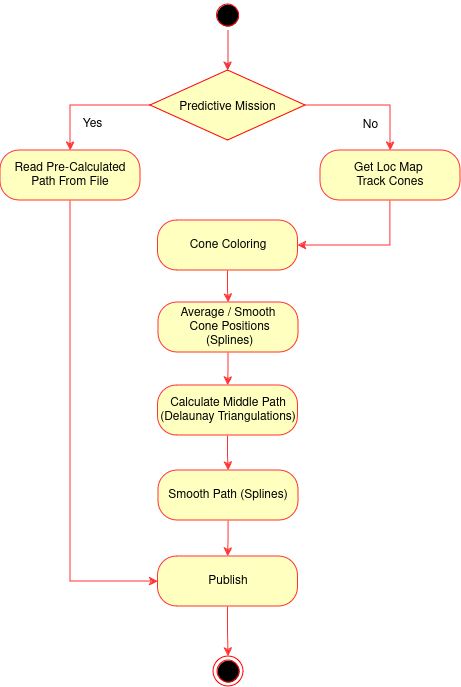
Earlier version of the draw.io export docs/diagrams/planning/ActivityPlanning.drawio.png (fs-feup/autonomous-systems). Source tidied: cells renumbered, new cells last; positions are measured from the earlier drawing's top-left corner, leaving out a move shared by most shapes. Source of this version:
```xml
<mxGraphModel>
  <root>
    <mxCell id="0" />
    <mxCell id="1" parent="0" />
    <mxCell id="2" style="edgeStyle=orthogonalEdgeStyle;rounded=0;jettySize=auto;html=1;strokeColor=#ed333b;entryX=0.5;entryY=0;entryDx=0;entryDy=0;" parent="1" edge="1" source="3" target="6">
      <mxGeometry relative="1" as="geometry" />
    </mxCell>
    <mxCell id="3" style="ellipse;shape=startState;fillColor=#000000;strokeColor=#ff0000;" parent="1" vertex="1">
      <mxGeometry x="212.5" width="30" height="30" as="geometry" />
    </mxCell>
    <mxCell id="4" style="edgeStyle=orthogonalEdgeStyle;rounded=0;jettySize=auto;html=1;entryX=0.5;entryY=0;entryDx=0;entryDy=0;strokeColor=#FF3333;" parent="1" edge="1" source="6" target="8">
      <mxGeometry relative="1" as="geometry" />
    </mxCell>
    <mxCell id="5" style="edgeStyle=orthogonalEdgeStyle;rounded=0;jettySize=auto;html=1;entryX=0.5;entryY=0;entryDx=0;entryDy=0;strokeColor=#FF3333;" parent="1" edge="1" source="6" target="11">
      <mxGeometry relative="1" as="geometry" />
    </mxCell>
    <mxCell id="6" value="Predictive Mission" style="rhombus;fillColor=#FFFFC0;strokeColor=#ff0000;" parent="1" vertex="1">
      <mxGeometry x="150" y="70" width="155" height="70" as="geometry" />
    </mxCell>
    <mxCell id="7" style="edgeStyle=orthogonalEdgeStyle;rounded=0;jettySize=auto;html=1;entryX=0;entryY=0.5;entryDx=0;entryDy=0;exitX=0.5;exitY=1;exitDx=0;exitDy=0;strokeColor=#FF3333;" parent="1" edge="1" source="8" target="18">
      <mxGeometry relative="1" as="geometry" />
    </mxCell>
    <mxCell id="8" value="&lt;div&gt;Read Pre-Calculated Path From File&lt;/div&gt;" style="rounded=1;whiteSpace=wrap;html=1;fillColor=#FFFFC0;strokeColor=#FF3333;perimeterSpacing=0;arcSize=38;" parent="1" vertex="1">
      <mxGeometry y="150" width="140" height="50" as="geometry" />
    </mxCell>
    <mxCell id="9" value="Yes" style="text;html=1;align=center;verticalAlign=middle;strokeColor=none;fillColor=none;perimeterSpacing=0;strokeWidth=0;" parent="1" vertex="1">
      <mxGeometry x="72" y="109" width="40" height="30" as="geometry" />
    </mxCell>
    <mxCell id="10" style="edgeStyle=orthogonalEdgeStyle;rounded=0;jettySize=auto;html=1;entryX=1;entryY=0.5;entryDx=0;entryDy=0;exitX=0.5;exitY=1;exitDx=0;exitDy=0;strokeColor=#FF3333;" parent="1" edge="1" source="11" target="14">
      <mxGeometry relative="1" as="geometry" />
    </mxCell>
    <mxCell id="11" value="&lt;div&gt;Get Loc Map&amp;nbsp;&lt;/div&gt;&lt;div&gt;Track Cones&lt;/div&gt;" style="rounded=1;whiteSpace=wrap;html=1;fillColor=#FFFFC0;strokeColor=#FF3333;perimeterSpacing=0;arcSize=38;" parent="1" vertex="1">
      <mxGeometry x="320" y="150" width="140" height="50" as="geometry" />
    </mxCell>
    <mxCell id="12" value="No" style="text;html=1;align=center;verticalAlign=middle;strokeColor=none;fillColor=none;perimeterSpacing=0;strokeWidth=0;" parent="1" vertex="1">
      <mxGeometry x="350" y="110" width="40" height="30" as="geometry" />
    </mxCell>
    <mxCell id="13" style="edgeStyle=orthogonalEdgeStyle;rounded=0;jettySize=auto;html=1;strokeColor=#FF3333;entryX=0.5;entryY=0;entryDx=0;entryDy=0;" parent="1" edge="1" source="14" target="21">
      <mxGeometry relative="1" as="geometry" />
    </mxCell>
    <mxCell id="14" value="Cone Coloring" style="rounded=1;whiteSpace=wrap;html=1;fillColor=#FFFFC0;strokeColor=#FF3333;perimeterSpacing=0;arcSize=38;" parent="1" vertex="1">
      <mxGeometry x="157.5" y="220" width="140" height="50" as="geometry" />
    </mxCell>
    <mxCell id="15" style="edgeStyle=orthogonalEdgeStyle;rounded=0;jettySize=auto;html=1;entryX=0.5;entryY=0;entryDx=0;entryDy=0;strokeColor=#FF3333;" parent="1" edge="1" source="16" target="23">
      <mxGeometry relative="1" as="geometry" />
    </mxCell>
    <mxCell id="16" value="Calculate Middle Path (Delaunay Triangulations)" style="rounded=1;whiteSpace=wrap;html=1;fillColor=#FFFFC0;strokeColor=#FF3333;perimeterSpacing=0;arcSize=38;" parent="1" vertex="1">
      <mxGeometry x="157.5" y="385" width="140" height="50" as="geometry" />
    </mxCell>
    <mxCell id="17" style="edgeStyle=orthogonalEdgeStyle;rounded=0;jettySize=auto;html=1;strokeColor=#FF3333;" parent="1" edge="1" source="18" target="19">
      <mxGeometry relative="1" as="geometry" />
    </mxCell>
    <mxCell id="18" value="Publish" style="rounded=1;whiteSpace=wrap;html=1;fillColor=#FFFFC0;strokeColor=#FF3333;perimeterSpacing=0;arcSize=38;" parent="1" vertex="1">
      <mxGeometry x="157.5" y="556" width="140" height="50" as="geometry" />
    </mxCell>
    <mxCell id="19" style="ellipse;html=1;shape=endState;fillColor=#000000;strokeColor=#ff0000;" parent="1" vertex="1">
      <mxGeometry x="213" y="656" width="30" height="30" as="geometry" />
    </mxCell>
    <mxCell id="20" style="edgeStyle=orthogonalEdgeStyle;rounded=0;jettySize=auto;html=1;entryX=0.5;entryY=0;entryDx=0;entryDy=0;strokeColor=#FF3333;" parent="1" edge="1" source="21" target="16">
      <mxGeometry relative="1" as="geometry" />
    </mxCell>
    <mxCell id="21" value="&lt;div&gt;Average / Smooth&lt;/div&gt;&lt;div&gt;&amp;nbsp;Cone Positions&lt;/div&gt;&amp;nbsp;(Splines)" style="rounded=1;whiteSpace=wrap;html=1;fillColor=#FFFFC0;strokeColor=#FF3333;perimeterSpacing=0;arcSize=38;" parent="1" vertex="1">
      <mxGeometry x="158" y="302" width="140" height="50" as="geometry" />
    </mxCell>
    <mxCell id="22" style="edgeStyle=orthogonalEdgeStyle;rounded=0;jettySize=auto;html=1;entryX=0.5;entryY=0;entryDx=0;entryDy=0;strokeColor=#FF3333;" parent="1" edge="1" source="23" target="18">
      <mxGeometry relative="1" as="geometry" />
    </mxCell>
    <mxCell id="23" value="Smooth Path (Splines)" style="rounded=1;whiteSpace=wrap;html=1;fillColor=#FFFFC0;strokeColor=#FF3333;perimeterSpacing=0;arcSize=38;" parent="1" vertex="1">
      <mxGeometry x="158" y="470" width="140" height="50" as="geometry" />
    </mxCell>
  </root>
</mxGraphModel>
```
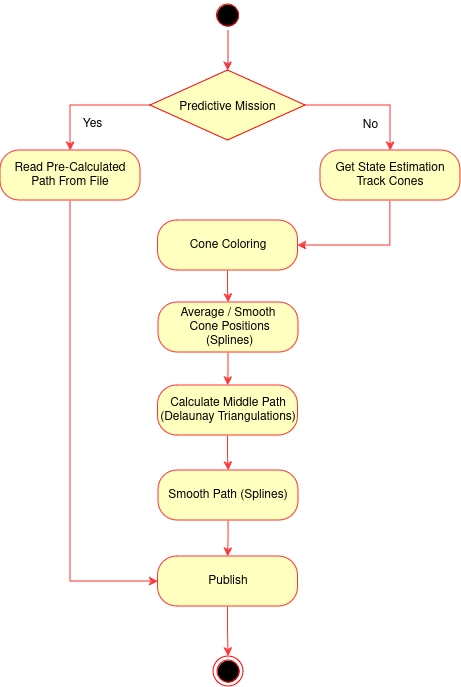
After the change.

Commit message:
fix(planning): updated planning diagrams

The edit, as a diff of the source:
```diff
@@ -29,7 +29,7 @@
     <mxCell id="10" style="edgeStyle=orthogonalEdgeStyle;rounded=0;jettySize=auto;html=1;entryX=1;entryY=0.5;entryDx=0;entryDy=0;exitX=0.5;exitY=1;exitDx=0;exitDy=0;strokeColor=#FF3333;" parent="1" edge="1" source="11" target="14">
       <mxGeometry relative="1" as="geometry" />
     </mxCell>
-    <mxCell id="11" value="&lt;div&gt;Get Loc Map&amp;nbsp;&lt;/div&gt;&lt;div&gt;Track Cones&lt;/div&gt;" style="rounded=1;whiteSpace=wrap;html=1;fillColor=#FFFFC0;strokeColor=#FF3333;perimeterSpacing=0;arcSize=38;" parent="1" vertex="1">
+    <mxCell id="11" value="&lt;div&gt;Get State Estimation &lt;br&gt;&lt;/div&gt;&lt;div&gt;Track Cones&lt;/div&gt;" style="rounded=1;whiteSpace=wrap;html=1;fillColor=#FFFFC0;strokeColor=#FF3333;perimeterSpacing=0;arcSize=38;" parent="1" vertex="1">
       <mxGeometry x="320" y="150" width="140" height="50" as="geometry" />
     </mxCell>
     <mxCell id="12" value="No" style="text;html=1;align=center;verticalAlign=middle;strokeColor=none;fillColor=none;perimeterSpacing=0;strokeWidth=0;" parent="1" vertex="1">
```
